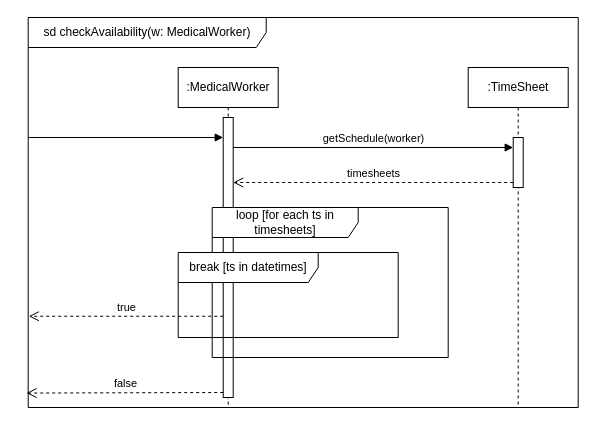
nedeadinside/oaoaoaoaoaoaoaoa keeps this draw.io diagram as page "SD2" (2 of 3) of lab2/.drawio/SD.drawio. Above is the earlier version. Source tidied: cells renumbered, new cells numbered last; positions are measured from the earlier drawing's top-left corner, leaving out a move shared by most shapes. Both pictures are drawn from the tidied source at 100%, with x=0, y=0 at pixel (28, 17).
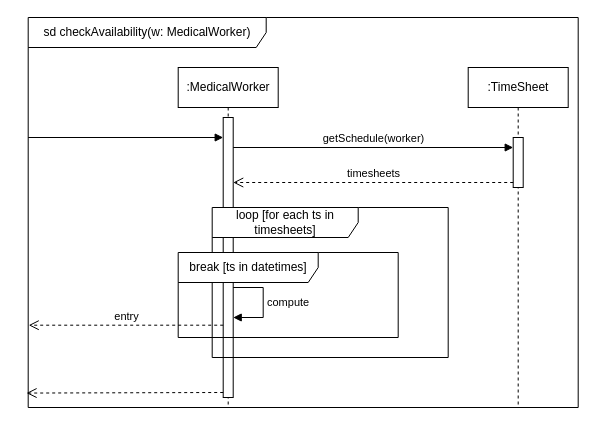
After the change.

What changed in the source:
```diff
@@
 <mxGraphModel>
   <root>
     <mxCell id="0" />
     <mxCell id="1" parent="0" />
     <mxCell id="2" value="&lt;span style=&quot;text-wrap-mode: nowrap;&quot;&gt;sd checkAvailability(w: MedicalWorker)&lt;/span&gt;" style="shape=umlFrame;whiteSpace=wrap;html=1;gradientColor=none;swimlaneFillColor=default;width=238;height=30;" parent="1" vertex="1">
       <mxGeometry x="-0.3" width="550" height="390" as="geometry" />
     </mxCell>
     <mxCell id="3" value=":MedicalWorker" style="shape=umlLifeline;perimeter=lifelinePerimeter;whiteSpace=wrap;html=1;newEdgeStyle={&quot;curved&quot;:0,&quot;rounded&quot;:0};" parent="1" vertex="1">
       <mxGeometry x="149.7" y="50" width="100" height="340" as="geometry" />
     </mxCell>
     <mxCell id="4" style="html=1;points=[[0,0,0,0,5],[0,1,0,0,-5],[1,0,0,0,5],[1,1,0,0,-5]];perimeter=orthogonalPerimeter;outlineConnect=0;targetShapes=umlLifeline;portConstraint=eastwest;newEdgeStyle={&quot;curved&quot;:0,&quot;rounded&quot;:0};" parent="3" vertex="1">
       <mxGeometry x="45" y="50" width="10" height="280" as="geometry" />
     </mxCell>
+    <mxCell id="14" value="compute" style="html=1;align=left;spacingLeft=2;endArrow=block;rounded=0;edgeStyle=orthogonalEdgeStyle;curved=0;rounded=0;" parent="3" edge="1" target="4">
+      <mxGeometry relative="1" as="geometry">
+        <mxPoint x="55" y="220" as="sourcePoint" />
+        <Array as="points">
+          <mxPoint x="85" y="220" />
+          <mxPoint x="85" y="250" />
+        </Array>
+      </mxGeometry>
+    </mxCell>
     <mxCell id="5" value=":TimeSheet" style="shape=umlLifeline;perimeter=lifelinePerimeter;whiteSpace=wrap;html=1;newEdgeStyle={&quot;curved&quot;:0,&quot;rounded&quot;:0};" parent="1" vertex="1">
       <mxGeometry x="439.7" y="50" width="100" height="340" as="geometry" />
     </mxCell>
     <mxCell id="6" style="html=1;points=[[0,0,0,0,5],[0,1,0,0,-5],[1,0,0,0,5],[1,1,0,0,-5]];perimeter=orthogonalPerimeter;outlineConnect=0;targetShapes=umlLifeline;portConstraint=eastwest;newEdgeStyle={&quot;curved&quot;:0,&quot;rounded&quot;:0};" parent="5" vertex="1">
       <mxGeometry x="45" y="70" width="10" height="50" as="geometry" />
     </mxCell>
     <mxCell id="7" style="html=1;verticalAlign=bottom;endArrow=block;curved=0;rounded=0;" parent="1" edge="1" target="4">
       <mxGeometry relative="1" as="geometry">
         <mxPoint x="-0.3" y="120" as="sourcePoint" />
       </mxGeometry>
     </mxCell>
     <mxCell id="8" value="getSchedule(worker)" style="html=1;verticalAlign=bottom;endArrow=block;curved=0;rounded=0;" parent="1" edge="1">
       <mxGeometry relative="1" as="geometry">
         <mxPoint x="204.7" y="130" as="sourcePoint" />
         <mxPoint x="484.7" y="130" as="targetPoint" />
       </mxGeometry>
     </mxCell>
     <mxCell id="9" value="timesheets" style="html=1;verticalAlign=bottom;endArrow=open;dashed=1;endSize=8;curved=0;rounded=0;exitX=0;exitY=1;exitDx=0;exitDy=-5;exitPerimeter=0;" parent="1" edge="1" source="6" target="4">
       <mxGeometry relative="1" as="geometry" />
     </mxCell>
     <mxCell id="10" value="loop [for each ts in timesheets]" style="shape=umlFrame;whiteSpace=wrap;html=1;width=146;height=30;" parent="1" vertex="1">
       <mxGeometry x="183.7" y="190" width="236" height="150" as="geometry" />
     </mxCell>
     <mxCell id="11" value="break [ts in datetimes]" style="shape=umlFrame;whiteSpace=wrap;html=1;width=140;height=30;" parent="1" vertex="1">
       <mxGeometry x="149.7" y="235" width="220" height="85" as="geometry" />
     </mxCell>
-    <mxCell id="12" value="true" style="html=1;verticalAlign=bottom;endArrow=open;dashed=1;endSize=8;curved=0;rounded=0;entryX=0.001;entryY=0.766;entryDx=0;entryDy=0;entryPerimeter=0;" parent="1" edge="1" source="4" target="2">
-      <mxGeometry relative="1" as="geometry" />
+    <mxCell id="12" value="entry" style="html=1;verticalAlign=bottom;endArrow=open;dashed=1;endSize=8;curved=0;rounded=0;entryX=0.001;entryY=0.766;entryDx=0;entryDy=0;entryPerimeter=0;" parent="1" edge="1">
+      <mxGeometry relative="1" as="geometry">
+        <mxPoint x="194.7" y="307.7" as="sourcePoint" />
+        <mxPoint x="0.2" y="307.7" as="targetPoint" />
+      </mxGeometry>
     </mxCell>
-    <mxCell id="13" value="false" style="html=1;verticalAlign=bottom;endArrow=open;dashed=1;endSize=8;curved=0;rounded=0;exitX=0;exitY=1;exitDx=0;exitDy=-5;exitPerimeter=0;entryX=-0.003;entryY=0.963;entryDx=0;entryDy=0;entryPerimeter=0;" parent="1" edge="1" source="4" target="2">
+    <mxCell id="13" style="html=1;verticalAlign=bottom;endArrow=open;dashed=1;endSize=8;curved=0;rounded=0;exitX=0;exitY=1;exitDx=0;exitDy=-5;exitPerimeter=0;entryX=-0.003;entryY=0.963;entryDx=0;entryDy=0;entryPerimeter=0;" parent="1" edge="1" source="4" target="2">
       <mxGeometry relative="1" as="geometry" />
     </mxCell>
   </root>
 </mxGraphModel>
```
